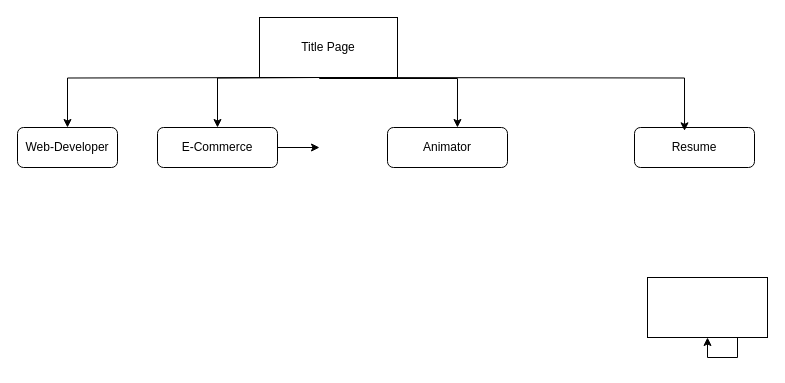
Before: Untitled Diagram.drawio in rafalaidlaw/flowcharts, a draw.io diagram. Source tidied: cells renumbered, new cells numbered last; positions are measured from the earlier drawing's top-left corner, leaving out a move shared by most shapes. Both pictures are drawn from the tidied source at 100%, with x=0, y=0 at pixel (17, 17).
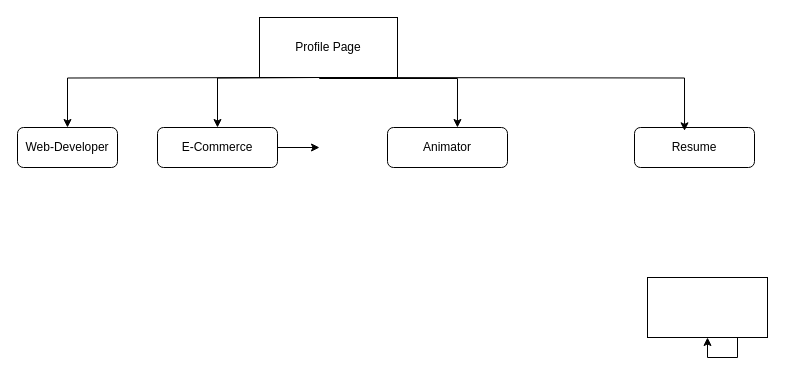
The same diagram, later.

What changed in the source:
```diff
@@
 <mxGraphModel>
   <root>
     <mxCell id="0" />
     <mxCell id="1" parent="0" />
-    <mxCell id="2" value="Title Page" style="rounded=0;whiteSpace=wrap;html=1;" parent="1" vertex="1">
+    <mxCell id="2" value="Profile Page" style="rounded=0;whiteSpace=wrap;html=1;" parent="1" vertex="1">
       <mxGeometry x="242" width="138" height="60" as="geometry" />
     </mxCell>
     <mxCell id="3" style="endArrow=classic;html=1;rounded=0;edgeStyle=orthogonalEdgeStyle;entryX=0.583;entryY=0;entryDx=0;entryDy=0;entryPerimeter=0;" parent="1" edge="1" target="7">
       <mxGeometry relative="1" as="geometry">
         <mxPoint x="302" y="60" as="sourcePoint" />
         <Array as="points">
           <mxPoint x="302" y="61" />
           <mxPoint x="440" y="61" />
         </Array>
       </mxGeometry>
     </mxCell>
     <mxCell id="4" style="endArrow=classic;html=1;rounded=0;edgeStyle=orthogonalEdgeStyle;entryX=0.5;entryY=0;entryDx=0;entryDy=0;" parent="1" edge="1" target="6">
       <mxGeometry relative="1" as="geometry">
         <mxPoint x="302" y="60" as="sourcePoint" />
       </mxGeometry>
     </mxCell>
     <mxCell id="5" style="endArrow=classic;html=1;rounded=0;" parent="1" edge="1" source="9">
       <mxGeometry relative="1" as="geometry">
         <mxPoint x="302" y="130" as="targetPoint" />
       </mxGeometry>
     </mxCell>
     <mxCell id="6" value="Web-Developer" style="rounded=1;whiteSpace=wrap;html=1;" parent="1" vertex="1">
       <mxGeometry y="110" width="100" height="40" as="geometry" />
     </mxCell>
     <mxCell id="7" value="Animator" style="rounded=1;whiteSpace=wrap;html=1;" parent="1" vertex="1">
       <mxGeometry x="370" y="110" width="120" height="40" as="geometry" />
     </mxCell>
     <mxCell id="8" style="endArrow=classic;html=1;rounded=0;edgeStyle=orthogonalEdgeStyle;" parent="1" edge="1" target="9">
       <mxGeometry relative="1" as="geometry">
         <mxPoint x="301.5" y="60" as="sourcePoint" />
       </mxGeometry>
     </mxCell>
     <mxCell id="9" value="E-Commerce" style="rounded=1;whiteSpace=wrap;html=1;" parent="1" vertex="1">
       <mxGeometry x="140" y="110" width="120" height="40" as="geometry" />
     </mxCell>
     <mxCell id="10" value="Resume" style="rounded=1;whiteSpace=wrap;html=1;" parent="1" vertex="1">
       <mxGeometry x="617" y="110" width="120" height="40" as="geometry" />
     </mxCell>
     <mxCell id="11" style="rounded=0;whiteSpace=wrap;html=1;" parent="1" vertex="1">
       <mxGeometry x="630" y="260" width="120" height="60" as="geometry" />
     </mxCell>
     <mxCell id="12" style="edgeStyle=orthogonalEdgeStyle;rounded=0;orthogonalLoop=1;jettySize=auto;html=1;exitX=0.5;exitY=1;exitDx=0;exitDy=0;" parent="1" edge="1" source="11" target="11">
       <mxGeometry relative="1" as="geometry" />
     </mxCell>
     <mxCell id="13" style="edgeStyle=orthogonalEdgeStyle;rounded=0;orthogonalLoop=1;jettySize=auto;html=1;exitX=0.75;exitY=1;exitDx=0;exitDy=0;" parent="1" edge="1" source="11" target="11">
       <mxGeometry relative="1" as="geometry" />
     </mxCell>
     <mxCell id="14" style="endArrow=classic;html=1;rounded=0;entryX=0.417;entryY=0.083;entryDx=0;entryDy=0;entryPerimeter=0;edgeStyle=orthogonalEdgeStyle;" parent="1" edge="1" target="10">
       <mxGeometry relative="1" as="geometry">
         <mxPoint x="310" y="60" as="sourcePoint" />
       </mxGeometry>
     </mxCell>
   </root>
 </mxGraphModel>
```
